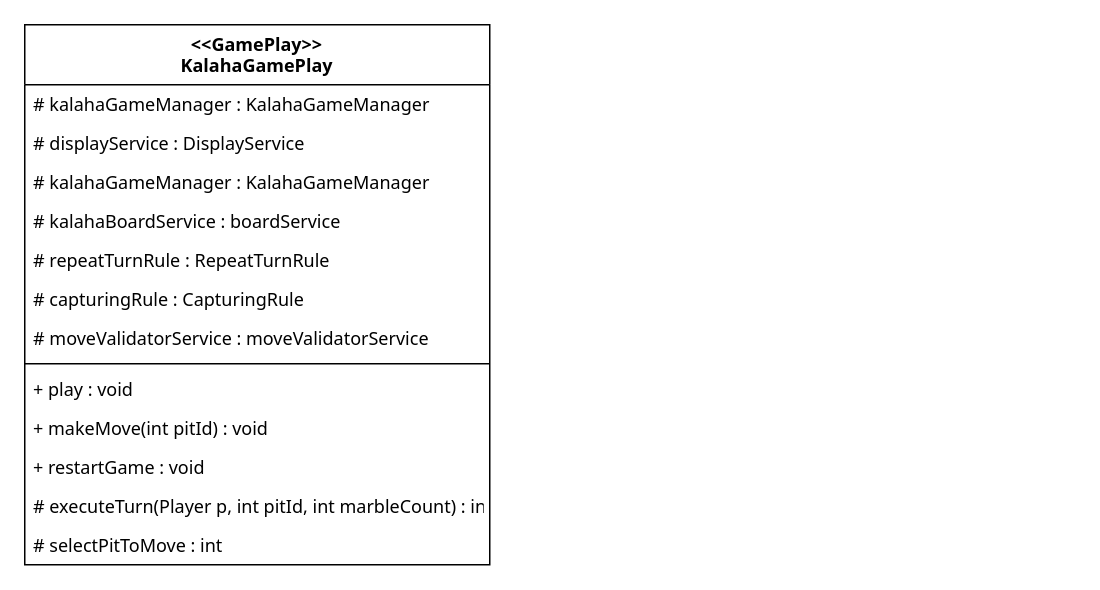
This is page "Page-2" (2 of 2) of Kalaha Game.drawio from schauhan16/KalahaGame, a draw.io file, before an edit. Source tidied: cells renumbered, new cells numbered last; positions are measured from the earlier drawing's top-left corner, leaving out a move shared by most shapes. Both pictures are drawn from the tidied source at 150%, with x=0, y=0 at pixel (24, 24).
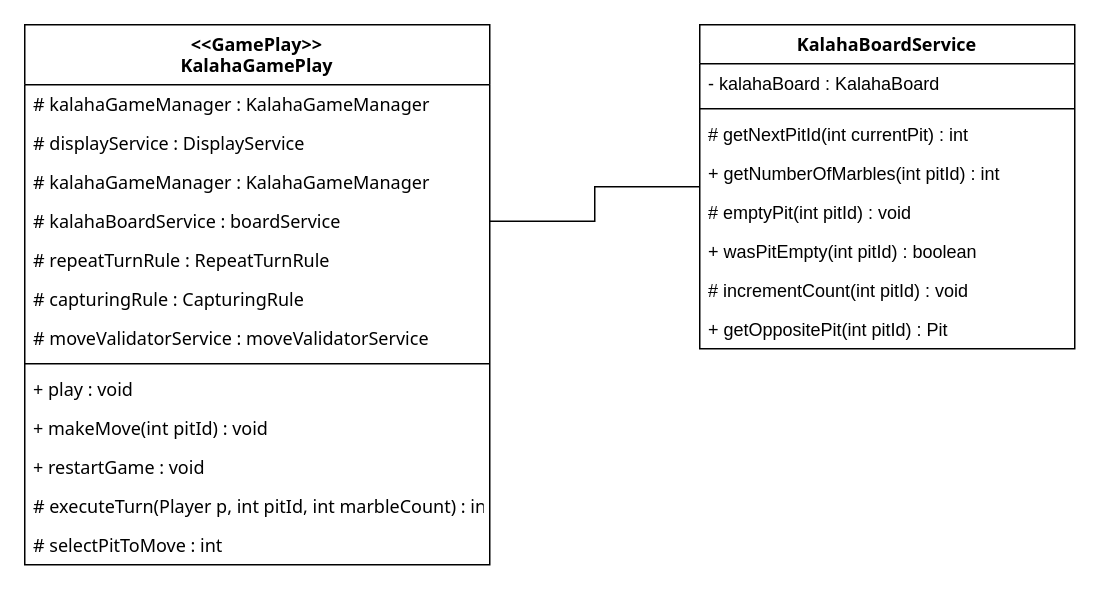
Above is the later version.

The change refers to these unchanged cells:
```xml
<mxCell id="6" value="# kalahaBoardService : boardService" style="text;strokeColor=none;fillColor=none;align=left;verticalAlign=top;spacingLeft=4;spacingRight=4;overflow=hidden;points=[[0,0.5],[1,0.5]];portConstraint=eastwest;fontFamily=Tahoma;" parent="2" vertex="1">
  <mxGeometry y="118" width="310" height="26" as="geometry" />
</mxCell>
```

Change to the diagram source:
```diff
@@
+    <mxCell id="16" value="KalahaBoardService" style="swimlane;fontStyle=1;align=center;verticalAlign=top;horizontal=1;startSize=26;fontFamily=Tahoma;" parent="1" vertex="1">
+      <mxGeometry x="450" width="250" height="216" as="geometry" />
+    </mxCell>
+    <mxCell id="17" value="- kalahaBoard : KalahaBoard" style="text;strokeColor=none;fillColor=none;align=left;verticalAlign=top;spacingLeft=4;spacingRight=4;overflow=hidden;" parent="16" vertex="1">
+      <mxGeometry y="26" width="250" height="26" as="geometry" />
+    </mxCell>
+    <mxCell id="18" style="line;strokeWidth=1;fillColor=none;align=left;verticalAlign=middle;spacingTop=-1;spacingLeft=3;spacingRight=3;labelPosition=right;" parent="16" vertex="1">
+      <mxGeometry y="52" width="250" height="8" as="geometry" />
+    </mxCell>
+    <mxCell id="19" value="# getNextPitId(int currentPit) : int" style="text;strokeColor=none;fillColor=none;align=left;verticalAlign=top;spacingLeft=4;spacingRight=4;overflow=hidden;" parent="16" vertex="1">
+      <mxGeometry y="60" width="250" height="26" as="geometry" />
+    </mxCell>
+    <mxCell id="20" value="+ getNumberOfMarbles(int pitId) : int" style="text;strokeColor=none;fillColor=none;align=left;verticalAlign=top;spacingLeft=4;spacingRight=4;overflow=hidden;" parent="16" vertex="1">
+      <mxGeometry y="86" width="250" height="26" as="geometry" />
+    </mxCell>
+    <mxCell id="21" value="# emptyPit(int pitId) : void" style="text;strokeColor=none;fillColor=none;align=left;verticalAlign=top;spacingLeft=4;spacingRight=4;overflow=hidden;" parent="16" vertex="1">
+      <mxGeometry y="112" width="250" height="26" as="geometry" />
+    </mxCell>
+    <mxCell id="22" value="+ wasPitEmpty(int pitId) : boolean" style="text;strokeColor=none;fillColor=none;align=left;verticalAlign=top;spacingLeft=4;spacingRight=4;overflow=hidden;" parent="16" vertex="1">
+      <mxGeometry y="138" width="250" height="26" as="geometry" />
+    </mxCell>
+    <mxCell id="23" value="# incrementCount(int pitId) : void" style="text;strokeColor=none;fillColor=none;align=left;verticalAlign=top;spacingLeft=4;spacingRight=4;overflow=hidden;" parent="16" vertex="1">
+      <mxGeometry y="164" width="250" height="26" as="geometry" />
+    </mxCell>
+    <mxCell id="24" value="+ getOppositePit(int pitId) : Pit" style="text;strokeColor=none;fillColor=none;align=left;verticalAlign=top;spacingLeft=4;spacingRight=4;overflow=hidden;" parent="16" vertex="1">
+      <mxGeometry y="190" width="250" height="26" as="geometry" />
+    </mxCell>
+    <mxCell id="25" style="edgeStyle=orthogonalEdgeStyle;rounded=0;jettySize=auto;html=1;exitX=1;exitY=0.5;exitDx=0;exitDy=0;entryX=0;entryY=0.5;entryDx=0;entryDy=0;fontFamily=Tahoma;endArrow=none;endFill=0;" parent="1" edge="1" source="6" target="16">
+      <mxGeometry relative="1" as="geometry" />
+    </mxCell>
```
